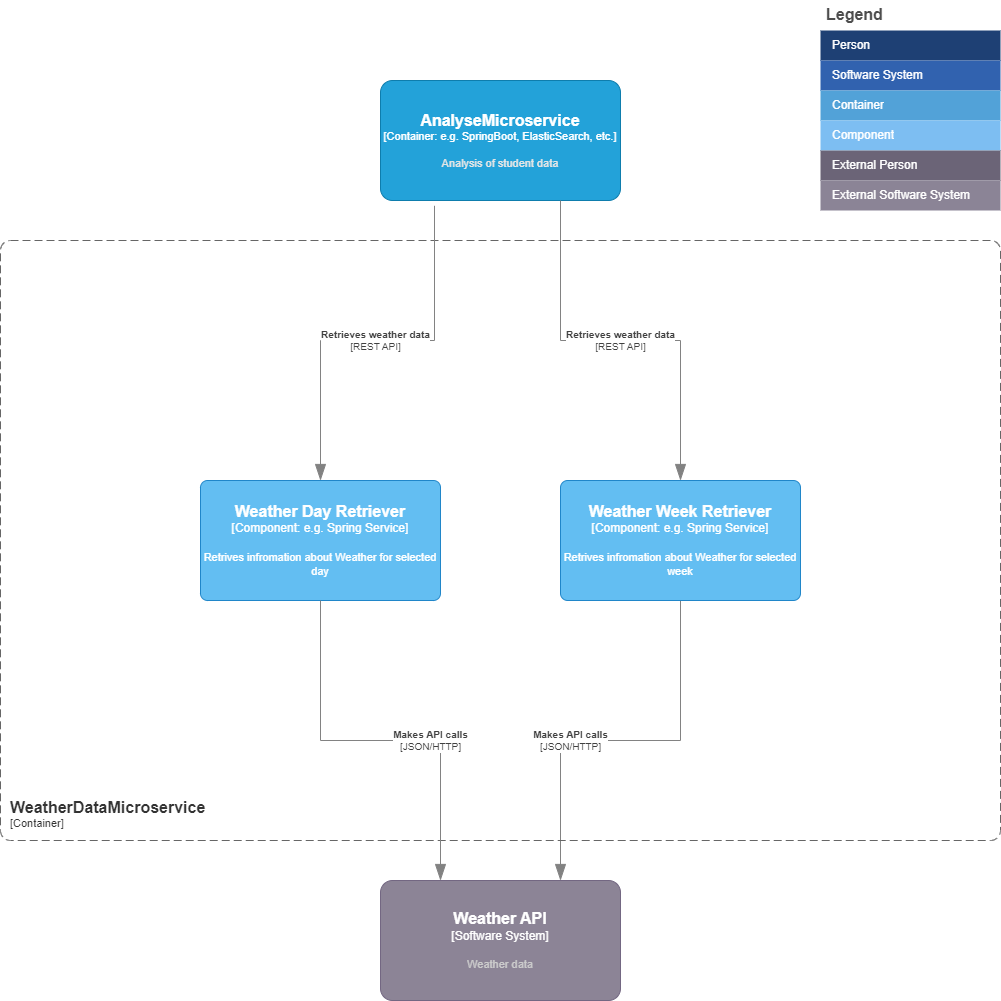
quantifiedstudent/QS-Docs keeps this draw.io diagram as Application Architecture/QSc4_3_WeatherDataMicroservice.png. Above is the earlier version. Source tidied: cells renumbered, new cells last; positions are measured from the earlier drawing's top-left corner, leaving out a move shared by most shapes.
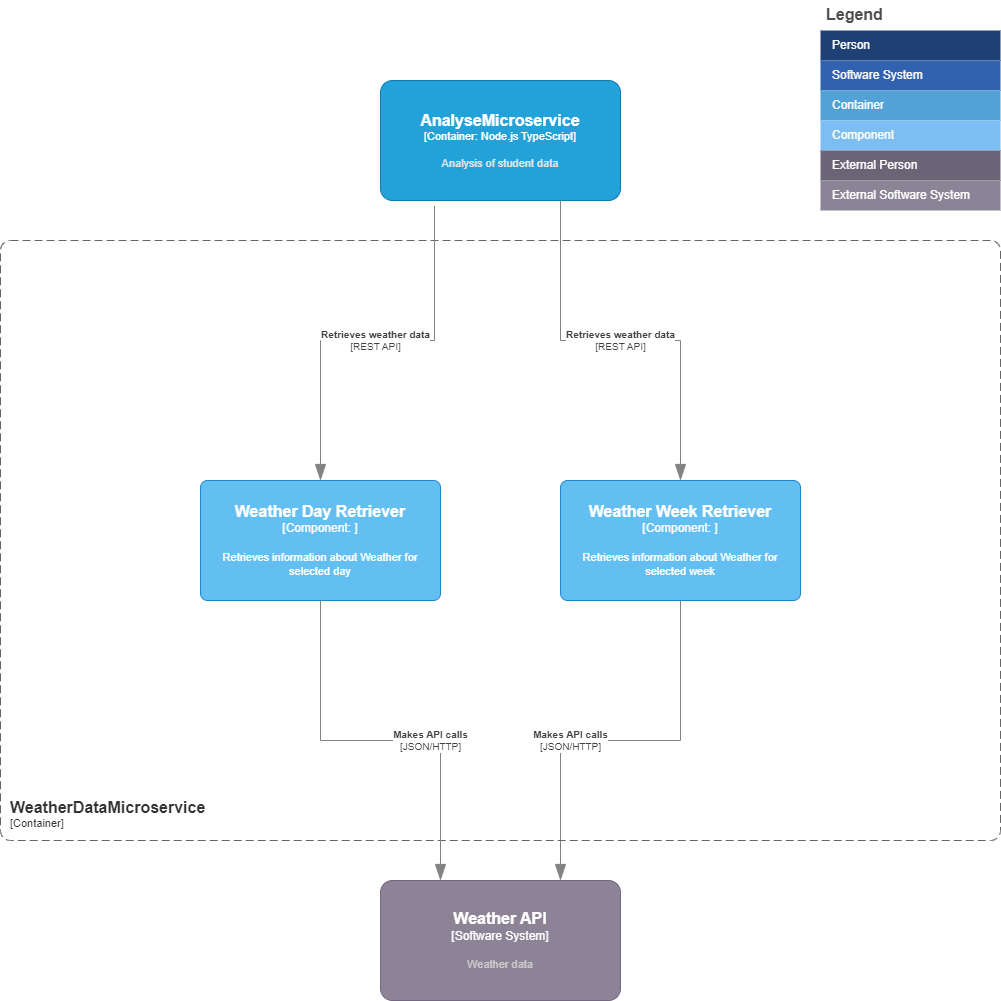
After the change.

The edit, as a diff of the source:
```diff
@@ -56,17 +56,17 @@
         <mxGeometry x="380" y="880" width="240" height="120" as="geometry" />
       </mxCell>
     </object>
-    <object id="18" label="&lt;font style=&quot;font-size: 16px&quot;&gt;&lt;b&gt;%c4Name%&lt;/b&gt;&lt;/font&gt;&lt;div&gt;[%c4Type%: %c4Technology%]&lt;/div&gt;&lt;br&gt;&lt;div&gt;&lt;font style=&quot;font-size: 11px&quot;&gt;&lt;font color=&quot;#E6E6E6&quot;&gt;%c4Description%&lt;/font&gt;&lt;/div&gt;" c4Description="Analysis of student data" c4Name="AnalyseMicroservice" c4Technology="e.g. SpringBoot, ElasticSearch, etc." c4Type="Container" placeholders="1">
+    <object id="18" label="&lt;font style=&quot;font-size: 16px&quot;&gt;&lt;b&gt;%c4Name%&lt;/b&gt;&lt;/font&gt;&lt;div&gt;[%c4Type%: %c4Technology%]&lt;/div&gt;&lt;br&gt;&lt;div&gt;&lt;font style=&quot;font-size: 11px&quot;&gt;&lt;font color=&quot;#E6E6E6&quot;&gt;%c4Description%&lt;/font&gt;&lt;/div&gt;" c4Description="Analysis of student data" c4Name="AnalyseMicroservice" c4Technology="Node.js TypeScript" c4Type="Container" placeholders="1">
       <mxCell style="rounded=1;whiteSpace=wrap;html=1;fontSize=11;labelBackgroundColor=none;fillColor=#23A2D9;fontColor=#ffffff;align=center;arcSize=10;strokeColor=#0E7DAD;points=[[0.25,0,0],[0.5,0,0],[0.75,0,0],[1,0.25,0],[1,0.5,0],[1,0.75,0],[0.75,1,0],[0.5,1,0],[0.25,1,0],[0,0.75,0],[0,0.5,0],[0,0.25,0]];" parent="1" vertex="1">
         <mxGeometry x="380" y="80" width="240" height="120" as="geometry" />
       </mxCell>
     </object>
-    <object id="19" label="&lt;font style=&quot;font-size: 16px&quot;&gt;&lt;b&gt;%c4Name%&lt;/b&gt;&lt;/font&gt;&lt;div&gt;[%c4Type%: %c4Technology%]&lt;/div&gt;&lt;br&gt;&lt;div&gt;&lt;font style=&quot;font-size: 11px&quot;&gt;%c4Description%&lt;/font&gt;&lt;/div&gt;" c4Description="Retrives infromation about Weather for selected day" c4Name="Weather Day Retriever" c4Technology="e.g. Spring Service" c4Type="Component" placeholders="1">
+    <object id="19" label="&lt;font style=&quot;font-size: 16px&quot;&gt;&lt;b&gt;%c4Name%&lt;/b&gt;&lt;/font&gt;&lt;div&gt;[%c4Type%: %c4Technology%]&lt;/div&gt;&lt;br&gt;&lt;div&gt;&lt;font style=&quot;font-size: 11px&quot;&gt;%c4Description%&lt;/font&gt;&lt;/div&gt;" c4Description="Retrieves information about Weather for selected day" c4Name="Weather Day Retriever" c4Technology="" c4Type="Component" placeholders="1">
       <mxCell style="rounded=1;whiteSpace=wrap;html=1;labelBackgroundColor=none;fillColor=#63BEF2;fontColor=#ffffff;align=center;arcSize=6;strokeColor=#2086C9;points=[[0.25,0,0],[0.5,0,0],[0.75,0,0],[1,0.25,0],[1,0.5,0],[1,0.75,0],[0.75,1,0],[0.5,1,0],[0.25,1,0],[0,0.75,0],[0,0.5,0],[0,0.25,0]];" parent="1" vertex="1">
         <mxGeometry x="200" y="480" width="240" height="120" as="geometry" />
       </mxCell>
     </object>
-    <object id="20" label="&lt;font style=&quot;font-size: 16px&quot;&gt;&lt;b&gt;%c4Name%&lt;/b&gt;&lt;/font&gt;&lt;div&gt;[%c4Type%: %c4Technology%]&lt;/div&gt;&lt;br&gt;&lt;div&gt;&lt;font style=&quot;font-size: 11px&quot;&gt;%c4Description%&lt;/font&gt;&lt;/div&gt;" c4Description="Retrives infromation about Weather for selected week" c4Name="Weather Week Retriever" c4Technology="e.g. Spring Service" c4Type="Component" placeholders="1">
+    <object id="20" label="&lt;font style=&quot;font-size: 16px&quot;&gt;&lt;b&gt;%c4Name%&lt;/b&gt;&lt;/font&gt;&lt;div&gt;[%c4Type%: %c4Technology%]&lt;/div&gt;&lt;br&gt;&lt;div&gt;&lt;font style=&quot;font-size: 11px&quot;&gt;%c4Description%&lt;/font&gt;&lt;/div&gt;" c4Description="Retrieves information about Weather for selected week" c4Name="Weather Week Retriever" c4Technology="" c4Type="Component" placeholders="1">
       <mxCell style="rounded=1;whiteSpace=wrap;html=1;labelBackgroundColor=none;fillColor=#63BEF2;fontColor=#ffffff;align=center;arcSize=6;strokeColor=#2086C9;points=[[0.25,0,0],[0.5,0,0],[0.75,0,0],[1,0.25,0],[1,0.5,0],[1,0.75,0],[0.75,1,0],[0.5,1,0],[0.25,1,0],[0,0.75,0],[0,0.5,0],[0,0.25,0]];" parent="1" vertex="1">
         <mxGeometry x="560" y="480" width="240" height="120" as="geometry" />
       </mxCell>
```
